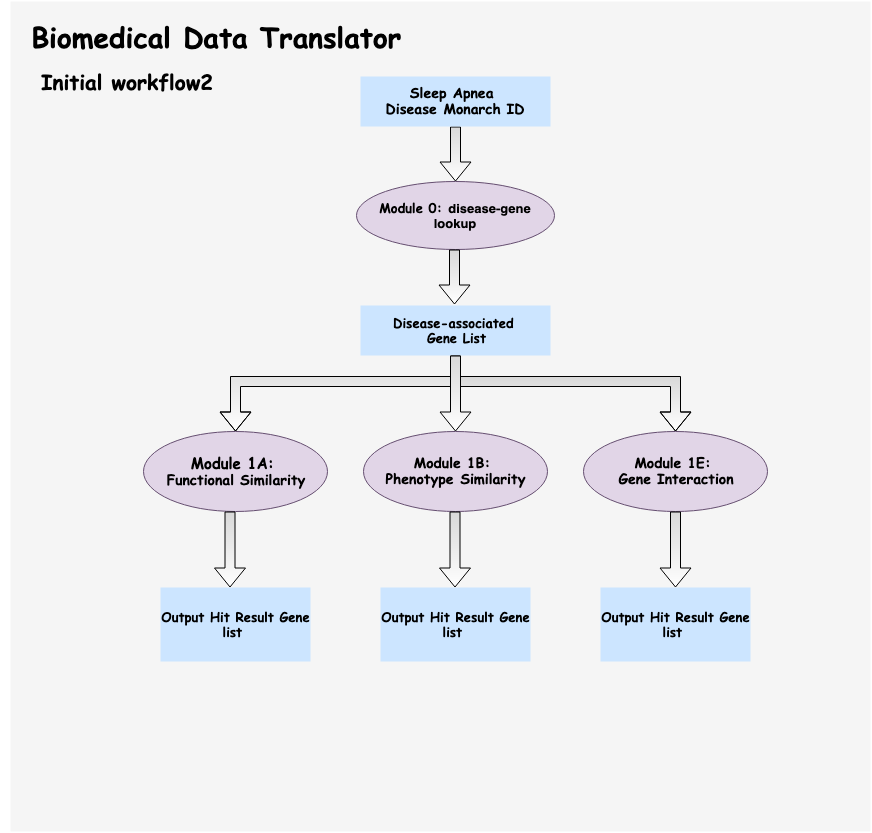
Above: workflow2_diagram.png in imxiaow/SleepApnea-Presentation (draw.io), before the change. Source tidied: cells renumbered, new cells last; positions are measured from the earlier drawing's top-left corner, leaving out a move shared by most shapes. The source it was exported from:
```xml
<mxGraphModel>
  <root>
    <mxCell id="0" />
    <mxCell id="1" parent="0" />
    <mxCell id="2" style="rounded=0;whiteSpace=wrap;html=1;strokeColor=none;strokeWidth=3;fillColor=#f5f5f5;fontFamily=Comic Sans MS;fontColor=#333333;" parent="1" vertex="1">
      <mxGeometry x="10" width="860" height="830" as="geometry" />
    </mxCell>
    <mxCell id="3" value="&lt;h2 style=&quot;text-align: left&quot;&gt;&lt;font face=&quot;Comic Sans MS&quot; style=&quot;font-size: 21px&quot;&gt;Initial workflow2&amp;nbsp;&lt;/font&gt;&lt;/h2&gt;" style="text;html=1;strokeColor=none;fillColor=none;align=center;verticalAlign=middle;whiteSpace=wrap;rounded=0;" parent="1" vertex="1">
      <mxGeometry x="30" y="60" width="200" height="40" as="geometry" />
    </mxCell>
    <mxCell id="4" style="edgeStyle=orthogonalEdgeStyle;rounded=0;jettySize=auto;html=1;shape=flexArrow;fillColor=#D9D9D9;gradientColor=#ffffff;" parent="1" edge="1" source="5">
      <mxGeometry relative="1" as="geometry">
        <mxPoint x="455" y="180" as="targetPoint" />
      </mxGeometry>
    </mxCell>
    <mxCell id="5" value="&lt;h3&gt;&lt;font face=&quot;Comic Sans MS&quot;&gt;Sleep Apnea&amp;nbsp;&lt;br&gt;&lt;/font&gt;&lt;font face=&quot;Comic Sans MS&quot;&gt;Disease&amp;nbsp;&lt;span&gt;Monarch ID&lt;/span&gt;&lt;/font&gt;&lt;/h3&gt;" style="rounded=0;whiteSpace=wrap;html=1;fillColor=#cce5ff;strokeColor=none;" parent="1" vertex="1">
      <mxGeometry x="360" y="75" width="190" height="50" as="geometry" />
    </mxCell>
    <mxCell id="6" value="&lt;h4 style=&quot;font-size: 13px&quot;&gt;&lt;font face=&quot;Comic Sans MS&quot; style=&quot;font-size: 13px&quot;&gt;Disease-associated&amp;nbsp;&lt;br&gt;&lt;/font&gt;&lt;font face=&quot;Comic Sans MS&quot; style=&quot;font-size: 13px&quot;&gt;Gene List&lt;/font&gt;&lt;/h4&gt;" style="rounded=0;whiteSpace=wrap;html=1;fillColor=#cce5ff;strokeColor=none;" parent="1" vertex="1">
      <mxGeometry x="360" y="304" width="190" height="50" as="geometry" />
    </mxCell>
    <mxCell id="7" value="&lt;h3&gt;&lt;/h3&gt;&lt;h3 style=&quot;font-size: 13px&quot;&gt;&lt;font face=&quot;Comic Sans MS&quot; style=&quot;font-size: 13px&quot;&gt;Module 0:&amp;nbsp;&lt;/font&gt;disease-gene lookup&lt;/h3&gt;" style="ellipse;whiteSpace=wrap;html=1;fillColor=#e1d5e7;strokeColor=#654E70;gradientColor=none;" parent="1" vertex="1">
      <mxGeometry x="356" y="180" width="198" height="68" as="geometry" />
    </mxCell>
    <mxCell id="8" style="edgeStyle=elbowEdgeStyle;elbow=vertical;startArrow=none;endArrow=block;rounded=0;fillColor=#D9D9D9;gradientColor=#ffffff;fontFamily=Comic Sans MS;shape=flexArrow;strokeColor=#000000;" parent="1" edge="1">
      <mxGeometry relative="1" as="geometry">
        <mxPoint x="455" y="379" as="sourcePoint" />
        <mxPoint x="675" y="430" as="targetPoint" />
        <Array as="points">
          <mxPoint x="560" y="380" />
        </Array>
      </mxGeometry>
    </mxCell>
    <mxCell id="9" style="edgeStyle=elbowEdgeStyle;elbow=vertical;startArrow=none;endArrow=block;rounded=0;fillColor=#D9D9D9;gradientColor=#ffffff;fontFamily=Comic Sans MS;shape=flexArrow;strokeColor=#000000;exitX=0.5;exitY=1;exitDx=0;exitDy=0;" parent="1" edge="1" source="6">
      <mxGeometry relative="1" as="geometry">
        <mxPoint x="235" y="430" as="targetPoint" />
        <Array as="points">
          <mxPoint x="340" y="380" />
        </Array>
      </mxGeometry>
    </mxCell>
    <mxCell id="10" value="&lt;h4 style=&quot;font-size: 13px&quot;&gt;&lt;font face=&quot;Comic Sans MS&quot;&gt;Output Hit Result Gene list&amp;nbsp;&lt;/font&gt;&lt;/h4&gt;" style="rounded=0;whiteSpace=wrap;html=1;fillColor=#cce5ff;strokeColor=none;" parent="1" vertex="1">
      <mxGeometry x="160" y="586" width="150" height="74" as="geometry" />
    </mxCell>
    <mxCell id="11" value="&lt;h3&gt;&lt;/h3&gt;&lt;h3 style=&quot;text-align: center&quot;&gt;&lt;font face=&quot;Comic Sans MS&quot;&gt;&lt;font style=&quot;font-size: 15px&quot;&gt;Module 1A:&amp;nbsp;&lt;br&gt;&lt;/font&gt;&lt;/font&gt;&lt;font face=&quot;Comic Sans MS&quot;&gt;&lt;b&gt;Functional Similarity&lt;/b&gt;&lt;/font&gt;&lt;/h3&gt;" style="ellipse;whiteSpace=wrap;html=1;fillColor=#e1d5e7;strokeColor=#654E70;gradientColor=none;" parent="1" vertex="1">
      <mxGeometry x="143" y="430" width="184" height="80" as="geometry" />
    </mxCell>
    <mxCell id="12" value="&lt;h3&gt;&lt;/h3&gt;&lt;h3 style=&quot;font-size: 15px&quot;&gt;&lt;/h3&gt;&lt;h3&gt;&lt;font face=&quot;Comic Sans MS&quot;&gt;&lt;font&gt;Module 1B:&amp;nbsp;&lt;br&gt;&lt;/font&gt;&lt;/font&gt;&lt;font face=&quot;Comic Sans MS&quot;&gt;&lt;span&gt;Phenotype&lt;/span&gt;&amp;nbsp;Similarity&lt;/font&gt;&lt;/h3&gt;" style="ellipse;whiteSpace=wrap;html=1;fillColor=#e1d5e7;strokeColor=#654E70;gradientColor=none;" parent="1" vertex="1">
      <mxGeometry x="363" y="430" width="184" height="80" as="geometry" />
    </mxCell>
    <mxCell id="13" value="&lt;h3&gt;&lt;/h3&gt;&lt;h3&gt;&lt;font face=&quot;Comic Sans MS&quot;&gt;Module 1E:&amp;nbsp;&lt;br&gt;&lt;/font&gt;&lt;font face=&quot;Comic Sans MS&quot;&gt;Gene Interaction&lt;/font&gt;&lt;/h3&gt;" style="ellipse;whiteSpace=wrap;html=1;fillColor=#e1d5e7;strokeColor=#654E70;gradientColor=none;" parent="1" vertex="1">
      <mxGeometry x="583" y="430" width="184" height="80" as="geometry" />
    </mxCell>
    <mxCell id="14" value="&lt;h1&gt;&lt;b&gt;&lt;font face=&quot;Comic Sans MS&quot; style=&quot;font-size: 28px&quot;&gt;Biomedical Data Translator&amp;nbsp;&lt;/font&gt;&lt;/b&gt;&lt;/h1&gt;" style="text;html=1;strokeColor=none;fillColor=none;align=center;verticalAlign=middle;whiteSpace=wrap;rounded=0;" parent="1" vertex="1">
      <mxGeometry y="20" width="445" height="30" as="geometry" />
    </mxCell>
    <mxCell id="15" value="&lt;h4 style=&quot;font-size: 13px&quot;&gt;&lt;font face=&quot;Comic Sans MS&quot;&gt;Output Hit Result Gene list&amp;nbsp;&lt;/font&gt;&lt;/h4&gt;" style="rounded=0;whiteSpace=wrap;html=1;fillColor=#cce5ff;strokeColor=none;" parent="1" vertex="1">
      <mxGeometry x="380" y="586" width="150" height="74" as="geometry" />
    </mxCell>
    <mxCell id="16" value="&lt;h4 style=&quot;font-size: 13px&quot;&gt;&lt;font face=&quot;Comic Sans MS&quot;&gt;Output Hit Result Gene list&amp;nbsp;&lt;/font&gt;&lt;/h4&gt;" style="rounded=0;whiteSpace=wrap;html=1;fillColor=#cce5ff;strokeColor=none;" parent="1" vertex="1">
      <mxGeometry x="600" y="586" width="150" height="74" as="geometry" />
    </mxCell>
    <mxCell id="17" style="edgeStyle=orthogonalEdgeStyle;rounded=0;orthogonalLoop=1;jettySize=auto;html=1;shape=flexArrow;fillColor=#D9D9D9;gradientColor=#ffffff;" parent="1" edge="1">
      <mxGeometry relative="1" as="geometry">
        <mxPoint x="454" y="248" as="sourcePoint" />
        <mxPoint x="454" y="303" as="targetPoint" />
      </mxGeometry>
    </mxCell>
    <mxCell id="18" style="edgeStyle=orthogonalEdgeStyle;rounded=0;orthogonalLoop=1;jettySize=auto;html=1;shape=flexArrow;fillColor=#D9D9D9;gradientColor=#ffffff;" parent="1" edge="1">
      <mxGeometry relative="1" as="geometry">
        <mxPoint x="455" y="354" as="sourcePoint" />
        <mxPoint x="455" y="430" as="targetPoint" />
      </mxGeometry>
    </mxCell>
    <mxCell id="19" style="edgeStyle=orthogonalEdgeStyle;rounded=0;orthogonalLoop=1;jettySize=auto;html=1;shape=flexArrow;fillColor=#D9D9D9;gradientColor=#ffffff;" parent="1" edge="1">
      <mxGeometry relative="1" as="geometry">
        <mxPoint x="454.5" y="510" as="sourcePoint" />
        <mxPoint x="454.5" y="586" as="targetPoint" />
      </mxGeometry>
    </mxCell>
    <mxCell id="20" style="edgeStyle=orthogonalEdgeStyle;rounded=0;orthogonalLoop=1;jettySize=auto;html=1;shape=flexArrow;fillColor=#D9D9D9;gradientColor=#ffffff;" parent="1" edge="1">
      <mxGeometry relative="1" as="geometry">
        <mxPoint x="675" y="510" as="sourcePoint" />
        <mxPoint x="675" y="586" as="targetPoint" />
      </mxGeometry>
    </mxCell>
    <mxCell id="21" style="edgeStyle=orthogonalEdgeStyle;rounded=0;orthogonalLoop=1;jettySize=auto;html=1;shape=flexArrow;fillColor=#D9D9D9;gradientColor=#ffffff;" parent="1" edge="1">
      <mxGeometry relative="1" as="geometry">
        <mxPoint x="229.5" y="510" as="sourcePoint" />
        <mxPoint x="229.5" y="586" as="targetPoint" />
      </mxGeometry>
    </mxCell>
  </root>
</mxGraphModel>
```
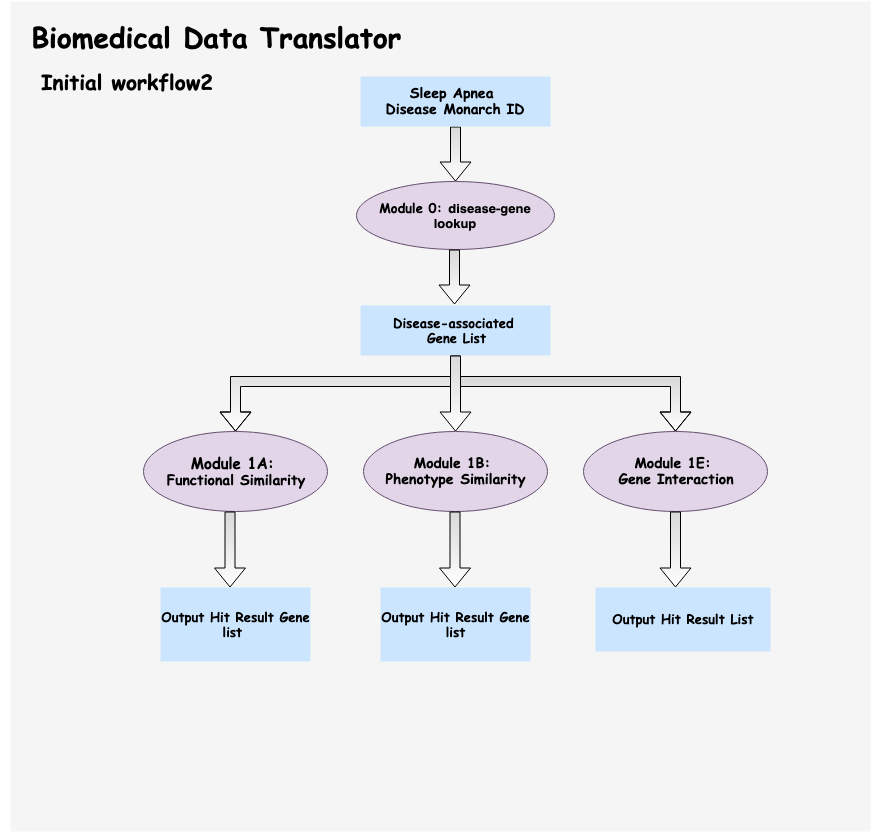
Above is the later version.

What changed in the source:
```diff
@@ -54,11 +54,11 @@
     <mxCell id="14" value="&lt;h1&gt;&lt;b&gt;&lt;font face=&quot;Comic Sans MS&quot; style=&quot;font-size: 28px&quot;&gt;Biomedical Data Translator&amp;nbsp;&lt;/font&gt;&lt;/b&gt;&lt;/h1&gt;" style="text;html=1;strokeColor=none;fillColor=none;align=center;verticalAlign=middle;whiteSpace=wrap;rounded=0;" parent="1" vertex="1">
       <mxGeometry y="20" width="445" height="30" as="geometry" />
     </mxCell>
-    <mxCell id="15" value="&lt;h4 style=&quot;font-size: 13px&quot;&gt;&lt;font face=&quot;Comic Sans MS&quot;&gt;Output Hit Result Gene list&amp;nbsp;&lt;/font&gt;&lt;/h4&gt;" style="rounded=0;whiteSpace=wrap;html=1;fillColor=#cce5ff;strokeColor=none;" parent="1" vertex="1">
+    <mxCell id="15" value="&lt;h4 style=&quot;font-size: 13px&quot;&gt;&lt;font face=&quot;Comic Sans MS&quot;&gt;Output Hit Result Gene list&lt;/font&gt;&lt;/h4&gt;" style="rounded=0;whiteSpace=wrap;html=1;fillColor=#cce5ff;strokeColor=none;" parent="1" vertex="1">
       <mxGeometry x="380" y="586" width="150" height="74" as="geometry" />
     </mxCell>
-    <mxCell id="16" value="&lt;h4 style=&quot;font-size: 13px&quot;&gt;&lt;font face=&quot;Comic Sans MS&quot;&gt;Output Hit Result Gene list&amp;nbsp;&lt;/font&gt;&lt;/h4&gt;" style="rounded=0;whiteSpace=wrap;html=1;fillColor=#cce5ff;strokeColor=none;" parent="1" vertex="1">
-      <mxGeometry x="600" y="586" width="150" height="74" as="geometry" />
+    <mxCell id="16" value="&lt;h4 style=&quot;font-size: 13px&quot;&gt;&lt;font face=&quot;Comic Sans MS&quot;&gt;Output Hit Result List&lt;/font&gt;&lt;/h4&gt;" style="rounded=0;whiteSpace=wrap;html=1;fillColor=#cce5ff;strokeColor=none;" parent="1" vertex="1">
+      <mxGeometry x="595" y="586" width="175" height="64" as="geometry" />
     </mxCell>
     <mxCell id="17" style="edgeStyle=orthogonalEdgeStyle;rounded=0;orthogonalLoop=1;jettySize=auto;html=1;shape=flexArrow;fillColor=#D9D9D9;gradientColor=#ffffff;" parent="1" edge="1">
       <mxGeometry relative="1" as="geometry">
```
